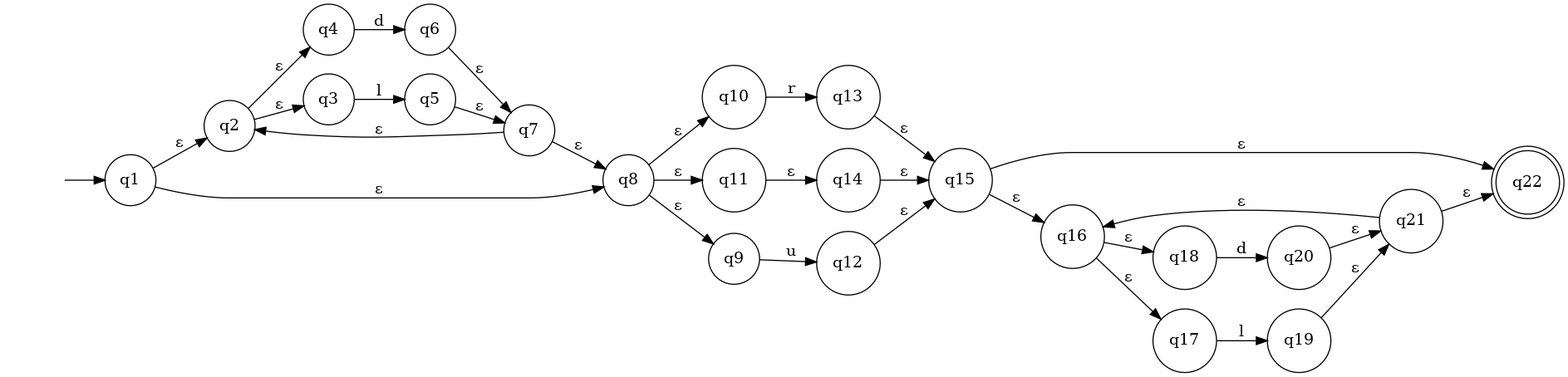
Before: powerexpect.gv.png, a diagram exported from Graphviz (itsmeavi/POLmc). Its source is kept beside it as powerexpect.gv. Its diagram source:
```dot
digraph powerexpect {
	graph [rankdir=LR]
	"" [label="" shape=plaintext]
	q22 [label=q22 shape=doublecircle]
	q5 [label=q5 shape=circle]
	q1 [label=q1 shape=circle]
	q15 [label=q15 shape=circle]
	q10 [label=q10 shape=circle]
	q11 [label=q11 shape=circle]
	q13 [label=q13 shape=circle]
	q20 [label=q20 shape=circle]
	q4 [label=q4 shape=circle]
	q18 [label=q18 shape=circle]
	q2 [label=q2 shape=circle]
	q3 [label=q3 shape=circle]
	q7 [label=q7 shape=circle]
	q14 [label=q14 shape=circle]
	q8 [label=q8 shape=circle]
	q12 [label=q12 shape=circle]
	q6 [label=q6 shape=circle]
	q21 [label=q21 shape=circle]
	q17 [label=q17 shape=circle]
	q19 [label=q19 shape=circle]
	q9 [label=q9 shape=circle]
	q16 [label=q16 shape=circle]
	"" -> q1 [label=""]
	q1 -> q2 [label="ε"]
	q1 -> q8 [label="ε"]
	q2 -> q3 [label="ε"]
	q2 -> q4 [label="ε"]
	q3 -> q5 [label=l]
	q4 -> q6 [label=d]
	q5 -> q7 [label="ε"]
	q6 -> q7 [label="ε"]
	q7 -> q2 [label="ε"]
	q7 -> q8 [label="ε"]
	q8 -> q9 [label="ε"]
	q8 -> q10 [label="ε"]
	q8 -> q11 [label="ε"]
	q9 -> q12 [label=u]
	q10 -> q13 [label=r]
	q11 -> q14 [label="ε"]
	q12 -> q15 [label="ε"]
	q13 -> q15 [label="ε"]
	q14 -> q15 [label="ε"]
	q15 -> q22 [label="ε"]
	q15 -> q16 [label="ε"]
	q16 -> q17 [label="ε"]
	q16 -> q18 [label="ε"]
	q17 -> q19 [label=l]
	q18 -> q20 [label=d]
	q19 -> q21 [label="ε"]
	q20 -> q21 [label="ε"]
	q21 -> q22 [label="ε"]
	q21 -> q16 [label="ε"]
}
```
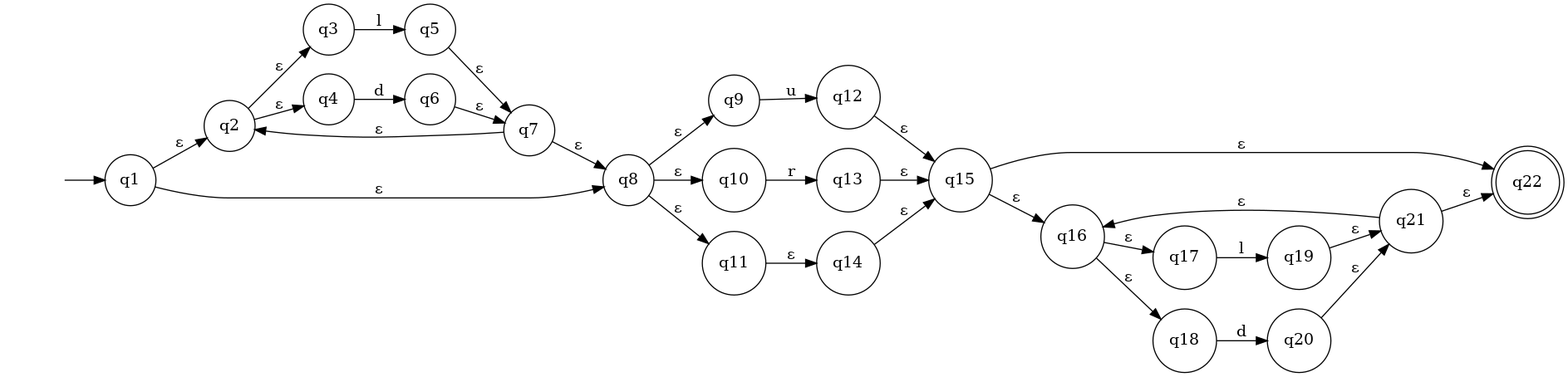
After the change.

Change to the diagram source:
```diff
@@ -2,27 +2,27 @@
 	graph [rankdir=LR]
 	"" [label="" shape=plaintext]
 	q22 [label=q22 shape=doublecircle]
-	q5 [label=q5 shape=circle]
-	q1 [label=q1 shape=circle]
+	q9 [label=q9 shape=circle]
 	q15 [label=q15 shape=circle]
+	q20 [label=q20 shape=circle]
 	q10 [label=q10 shape=circle]
-	q11 [label=q11 shape=circle]
-	q13 [label=q13 shape=circle]
-	q20 [label=q20 shape=circle]
-	q4 [label=q4 shape=circle]
-	q18 [label=q18 shape=circle]
-	q2 [label=q2 shape=circle]
-	q3 [label=q3 shape=circle]
-	q7 [label=q7 shape=circle]
-	q14 [label=q14 shape=circle]
-	q8 [label=q8 shape=circle]
-	q12 [label=q12 shape=circle]
 	q6 [label=q6 shape=circle]
 	q21 [label=q21 shape=circle]
+	q3 [label=q3 shape=circle]
+	q11 [label=q11 shape=circle]
 	q17 [label=q17 shape=circle]
+	q2 [label=q2 shape=circle]
+	q18 [label=q18 shape=circle]
+	q12 [label=q12 shape=circle]
+	q8 [label=q8 shape=circle]
+	q1 [label=q1 shape=circle]
+	q4 [label=q4 shape=circle]
+	q13 [label=q13 shape=circle]
+	q14 [label=q14 shape=circle]
+	q7 [label=q7 shape=circle]
+	q16 [label=q16 shape=circle]
+	q5 [label=q5 shape=circle]
 	q19 [label=q19 shape=circle]
-	q9 [label=q9 shape=circle]
-	q16 [label=q16 shape=circle]
 	"" -> q1 [label=""]
 	q1 -> q2 [label="ε"]
 	q1 -> q8 [label="ε"]
@@ -34,9 +34,9 @@
 	q6 -> q7 [label="ε"]
 	q7 -> q2 [label="ε"]
 	q7 -> q8 [label="ε"]
+	q8 -> q11 [label="ε"]
 	q8 -> q9 [label="ε"]
 	q8 -> q10 [label="ε"]
-	q8 -> q11 [label="ε"]
 	q9 -> q12 [label=u]
 	q10 -> q13 [label=r]
 	q11 -> q14 [label="ε"]
```
